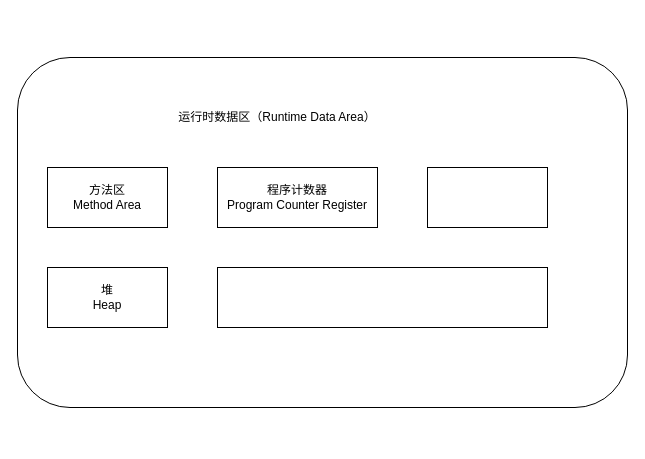
The draw.io diagram jvm.drawio in ModestLee/diagrams, before the edit. Source tidied: cells renumbered, new cells numbered last; positions are measured from the earlier drawing's top-left corner, leaving out a move shared by most shapes. Both pictures are drawn from the tidied source at 100%, with x=0, y=0 at pixel (17, 57).
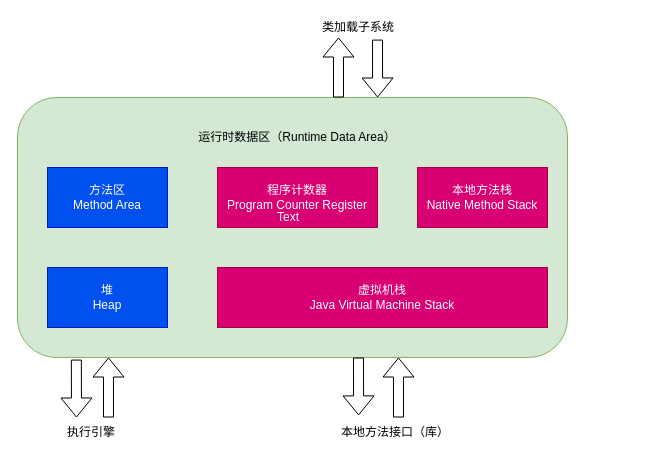
The same page after the edit.

What changed in the source:
```diff
@@
-    <mxCell id="2" style="rounded=1;whiteSpace=wrap;html=1;align=center;" parent="1" vertex="1">
-      <mxGeometry width="610" height="350" as="geometry" />
+    <mxCell id="2" style="rounded=1;whiteSpace=wrap;html=1;align=center;fillColor=#d5e8d4;strokeColor=#82b366;" parent="1" vertex="1">
+      <mxGeometry y="40" width="550" height="260" as="geometry" />
     </mxCell>
-    <mxCell id="3" value="方法区&lt;br&gt;Method Area" style="rounded=0;whiteSpace=wrap;html=1;" parent="1" vertex="1">
+    <mxCell id="3" value="方法区&lt;br&gt;Method Area" style="rounded=0;whiteSpace=wrap;html=1;fillColor=#0050ef;strokeColor=#001DBC;fontColor=#ffffff;" parent="1" vertex="1">
       <mxGeometry x="30" y="110" width="120" height="60" as="geometry" />
     </mxCell>
-    <mxCell id="4" value="程序计数器&lt;br&gt;Program Counter Register" style="rounded=0;whiteSpace=wrap;html=1;" parent="1" vertex="1">
+    <mxCell id="4" value="程序计数器&lt;br&gt;Program Counter Register" style="rounded=0;whiteSpace=wrap;html=1;fillColor=#d80073;strokeColor=#A50040;fontColor=#ffffff;" parent="1" vertex="1">
       <mxGeometry x="200" y="110" width="160" height="60" as="geometry" />
     </mxCell>
-    <mxCell id="5" value="堆&lt;br&gt;Heap" style="rounded=0;whiteSpace=wrap;html=1;" parent="1" vertex="1">
+    <mxCell id="5" value="堆&lt;br&gt;Heap" style="rounded=0;whiteSpace=wrap;html=1;fillColor=#0050ef;strokeColor=#001DBC;fontColor=#ffffff;" parent="1" vertex="1">
       <mxGeometry x="30" y="210" width="120" height="60" as="geometry" />
     </mxCell>
-    <mxCell id="6" style="rounded=0;whiteSpace=wrap;html=1;" parent="1" vertex="1">
-      <mxGeometry x="410" y="110" width="120" height="60" as="geometry" />
+    <mxCell id="6" value="本地方法栈&lt;br&gt;Native Method Stack" style="rounded=0;whiteSpace=wrap;html=1;fillColor=#d80073;strokeColor=#A50040;fontColor=#ffffff;" parent="1" vertex="1">
+      <mxGeometry x="400" y="110" width="130" height="60" as="geometry" />
     </mxCell>
-    <mxCell id="7" style="rounded=0;whiteSpace=wrap;html=1;" parent="1" vertex="1">
+    <mxCell id="7" value="虚拟机栈&lt;br&gt;Java Virtual Machine Stack" style="rounded=0;whiteSpace=wrap;html=1;fillColor=#d80073;strokeColor=#A50040;fontColor=#ffffff;" parent="1" vertex="1">
       <mxGeometry x="200" y="210" width="330" height="60" as="geometry" />
     </mxCell>
     <mxCell id="8" value="运行时数据区（Runtime Data Area）" style="text;html=1;strokeColor=none;fillColor=none;align=center;verticalAlign=middle;whiteSpace=wrap;rounded=0;" parent="1" vertex="1">
-      <mxGeometry x="140" y="50" width="240" height="20" as="geometry" />
+      <mxGeometry x="160" y="70" width="240" height="20" as="geometry" />
     </mxCell>
+    <mxCell id="9" style="shape=flexArrow;endArrow=classic;html=1;fontColor=#FFFFFF;" parent="1" edge="1">
+      <mxGeometry relative="1" as="geometry">
+        <mxPoint x="321" y="40" as="sourcePoint" />
+        <mxPoint x="321" y="-20" as="targetPoint" />
+      </mxGeometry>
+    </mxCell>
+    <mxCell id="10" style="shape=flexArrow;endArrow=classic;html=1;fontColor=#FFFFFF;" parent="1" edge="1">
+      <mxGeometry relative="1" as="geometry">
+        <mxPoint x="91" y="360" as="sourcePoint" />
+        <mxPoint x="91" y="300" as="targetPoint" />
+      </mxGeometry>
+    </mxCell>
+    <mxCell id="11" style="shape=flexArrow;endArrow=classic;html=1;fontColor=#FFFFFF;" parent="1" edge="1">
+      <mxGeometry relative="1" as="geometry">
+        <mxPoint x="381" y="360" as="sourcePoint" />
+        <mxPoint x="381" y="300" as="targetPoint" />
+      </mxGeometry>
+    </mxCell>
+    <mxCell id="12" style="shape=flexArrow;endArrow=classic;html=1;fontColor=#FFFFFF;exitX=0.107;exitY=1.008;exitDx=0;exitDy=0;exitPerimeter=0;" parent="1" edge="1" source="2">
+      <mxGeometry relative="1" as="geometry">
+        <mxPoint x="59" y="360" as="targetPoint" />
+      </mxGeometry>
+    </mxCell>
+    <mxCell id="13" style="shape=flexArrow;endArrow=classic;html=1;fontColor=#FFFFFF;exitX=0.107;exitY=1.008;exitDx=0;exitDy=0;exitPerimeter=0;" parent="1" edge="1">
+      <mxGeometry relative="1" as="geometry">
+        <mxPoint x="341" y="300" as="sourcePoint" />
+        <mxPoint x="341.1" y="357.9" as="targetPoint" />
+      </mxGeometry>
+    </mxCell>
+    <mxCell id="14" style="shape=flexArrow;endArrow=classic;html=1;fontColor=#FFFFFF;exitX=0.107;exitY=1.008;exitDx=0;exitDy=0;exitPerimeter=0;" parent="1" edge="1">
+      <mxGeometry relative="1" as="geometry">
+        <mxPoint x="360" y="-17.9" as="sourcePoint" />
+        <mxPoint x="360.1" y="40" as="targetPoint" />
+      </mxGeometry>
+    </mxCell>
+    <mxCell id="15" value="Text" style="text;html=1;strokeColor=none;fillColor=none;align=center;verticalAlign=middle;whiteSpace=wrap;rounded=0;fontColor=#FFFFFF;" parent="1" vertex="1">
+      <mxGeometry x="251" y="150" width="40" height="20" as="geometry" />
+    </mxCell>
+    <mxCell id="16" value="类加载子系统" style="text;html=1;strokeColor=none;fillColor=none;align=center;verticalAlign=middle;whiteSpace=wrap;rounded=0;fontColor=#000000;" parent="1" vertex="1">
+      <mxGeometry x="291" y="-40" width="100" height="20" as="geometry" />
+    </mxCell>
+    <mxCell id="17" value="本地方法接口（库）" style="text;html=1;strokeColor=none;fillColor=none;align=center;verticalAlign=middle;whiteSpace=wrap;rounded=0;fontColor=#000000;" parent="1" vertex="1">
+      <mxGeometry x="315" y="365" width="126" height="20" as="geometry" />
+    </mxCell>
+    <mxCell id="18" value="执行引擎" style="text;html=1;strokeColor=none;fillColor=none;align=center;verticalAlign=middle;whiteSpace=wrap;rounded=0;fontColor=#000000;" parent="1" vertex="1">
+      <mxGeometry x="11" y="365" width="126" height="20" as="geometry" />
+    </mxCell>
```
